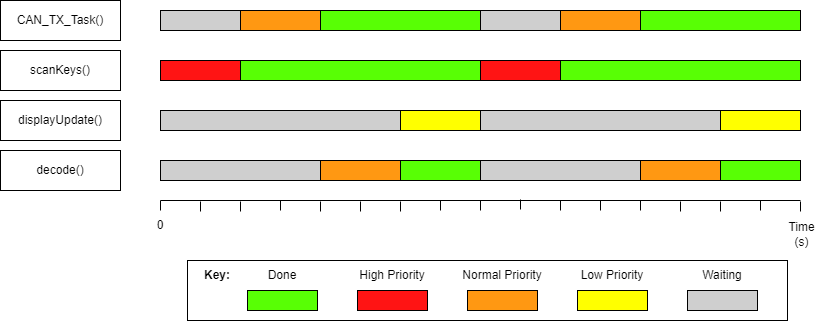
Before: doc/resources/timing.png, a diagram exported from draw.io (mp619/MartinMusic). Source tidied: cells renumbered, new cells last; positions are measured from the earlier drawing's top-left corner, leaving out a move shared by most shapes.
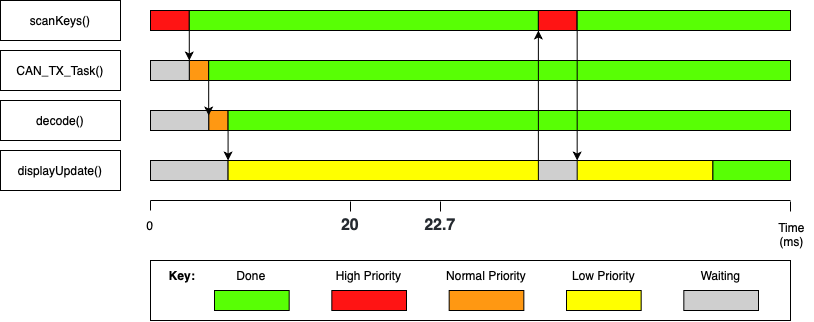
The same diagram one commit later.

Commit message:
New timing graph

What changed in the source:
```diff
@@ -3,238 +3,172 @@
     <mxCell id="0" />
     <mxCell id="1" parent="0" />
     <mxCell id="2" value="CAN_TX_Task()" style="rounded=0;whiteSpace=wrap;html=1;" parent="1" vertex="1">
-      <mxGeometry width="120" height="40" as="geometry" />
+      <mxGeometry x="10" y="50" width="120" height="40" as="geometry" />
     </mxCell>
     <mxCell id="3" value="scanKeys()" style="rounded=0;whiteSpace=wrap;html=1;" parent="1" vertex="1">
-      <mxGeometry y="50" width="120" height="40" as="geometry" />
+      <mxGeometry x="10" width="120" height="40" as="geometry" />
     </mxCell>
     <mxCell id="4" value="displayUpdate()" style="rounded=0;whiteSpace=wrap;html=1;" parent="1" vertex="1">
-      <mxGeometry y="100" width="120" height="40" as="geometry" />
+      <mxGeometry x="10" y="150" width="120" height="40" as="geometry" />
     </mxCell>
     <mxCell id="5" value="decode()" style="rounded=0;whiteSpace=wrap;html=1;" parent="1" vertex="1">
-      <mxGeometry y="150" width="120" height="40" as="geometry" />
+      <mxGeometry x="10" y="100" width="120" height="40" as="geometry" />
     </mxCell>
+    <mxCell id="20" style="endArrow=none;html=1;rounded=0;" parent="1" edge="1">
+      <mxGeometry relative="1" as="geometry">
+        <mxPoint x="160" y="200" as="sourcePoint" />
+        <mxPoint x="800" y="200" as="targetPoint" />
+      </mxGeometry>
+    </mxCell>
+    <mxCell id="21" style="endArrow=none;html=1;rounded=0;" parent="1" edge="1">
+      <mxGeometry relative="1" as="geometry">
+        <mxPoint x="160" y="200" as="sourcePoint" />
+        <mxPoint x="160" y="210" as="targetPoint" />
+      </mxGeometry>
+    </mxCell>
+    <mxCell id="27" style="endArrow=none;html=1;rounded=0;" parent="1" edge="1">
+      <mxGeometry relative="1" as="geometry">
+        <mxPoint x="360" y="201" as="sourcePoint" />
+        <mxPoint x="360" y="211" as="targetPoint" />
+      </mxGeometry>
+    </mxCell>
+    <mxCell id="37" value="0" style="text;html=1;strokeColor=none;fillColor=none;align=center;verticalAlign=middle;whiteSpace=wrap;rounded=0;" parent="1" vertex="1">
+      <mxGeometry x="130" y="210" width="60" height="30" as="geometry" />
+    </mxCell>
+    <mxCell id="38" value="Time&lt;br&gt;(ms)" style="text;html=1;strokeColor=none;fillColor=none;align=center;verticalAlign=middle;whiteSpace=wrap;rounded=0;" parent="1" vertex="1">
+      <mxGeometry x="780" y="219" width="43" height="30" as="geometry" />
+    </mxCell>
+    <mxCell id="61" style="endArrow=none;html=1;rounded=0;" parent="1" edge="1">
+      <mxGeometry relative="1" as="geometry">
+        <mxPoint x="800" y="201" as="sourcePoint" />
+        <mxPoint x="800" y="211" as="targetPoint" />
+      </mxGeometry>
+    </mxCell>
+    <mxCell id="62" value="&lt;font color=&quot;#24292f&quot; size=&quot;3&quot;&gt;&lt;span style=&quot;font-weight: 600 ; background-color: rgb(255 , 255 , 255)&quot;&gt;20&lt;/span&gt;&lt;/font&gt;" style="text;html=1;strokeColor=none;fillColor=none;align=center;verticalAlign=middle;whiteSpace=wrap;rounded=0;" parent="1" vertex="1">
+      <mxGeometry x="330" y="210" width="60" height="30" as="geometry" />
+    </mxCell>
+    <mxCell id="63" style="endArrow=none;html=1;rounded=0;" parent="1" edge="1">
+      <mxGeometry relative="1" as="geometry">
+        <mxPoint x="450" y="201" as="sourcePoint" />
+        <mxPoint x="450" y="211" as="targetPoint" />
+      </mxGeometry>
+    </mxCell>
+    <mxCell id="64" value="&lt;font color=&quot;#24292f&quot; size=&quot;3&quot;&gt;&lt;span style=&quot;font-weight: 600 ; background-color: rgb(255 , 255 , 255)&quot;&gt;22.7&lt;/span&gt;&lt;/font&gt;" style="text;html=1;strokeColor=none;fillColor=none;align=center;verticalAlign=middle;whiteSpace=wrap;rounded=0;" parent="1" vertex="1">
+      <mxGeometry x="420" y="210" width="60" height="30" as="geometry" />
+    </mxCell>
+    <mxCell id="65" style="group;" parent="1" vertex="1">
+      <mxGeometry x="160" y="10" width="640" height="170" as="geometry" />
+    </mxCell>
-    <mxCell id="6" style="rounded=0;whiteSpace=wrap;html=1;" parent="1" vertex="1">
-      <mxGeometry x="160" y="160" width="600" height="20" as="geometry" />
+    <mxCell id="6" style="rounded=0;whiteSpace=wrap;html=1;" parent="65" vertex="1">
+      <mxGeometry y="50" width="640" height="20" as="geometry" />
     </mxCell>
-    <mxCell id="7" style="rounded=0;whiteSpace=wrap;html=1;" parent="1" vertex="1">
-      <mxGeometry x="160" y="60" width="600" height="20" as="geometry" />
+    <mxCell id="7" style="rounded=0;whiteSpace=wrap;html=1;" parent="65" vertex="1">
+      <mxGeometry width="640" height="20" as="geometry" />
     </mxCell>
-    <mxCell id="8" style="rounded=0;whiteSpace=wrap;html=1;" parent="1" vertex="1">
-      <mxGeometry x="160" y="110" width="600" height="20" as="geometry" />
+    <mxCell id="8" style="rounded=0;whiteSpace=wrap;html=1;" parent="65" vertex="1">
+      <mxGeometry y="150" width="640" height="20" as="geometry" />
     </mxCell>
-    <mxCell id="9" style="rounded=0;whiteSpace=wrap;html=1;" parent="1" vertex="1">
-      <mxGeometry x="160" y="10" width="600" height="20" as="geometry" />
+    <mxCell id="9" style="rounded=0;whiteSpace=wrap;html=1;" parent="65" vertex="1">
+      <mxGeometry y="100" width="640" height="20" as="geometry" />
     </mxCell>
+    <mxCell id="39" style="rounded=0;whiteSpace=wrap;html=1;fillColor=#FF1414;" parent="65" vertex="1">
+      <mxGeometry width="38.8" height="20" as="geometry" />
+    </mxCell>
+    <mxCell id="40" style="rounded=0;whiteSpace=wrap;html=1;fillColor=#FF9812;" parent="65" vertex="1">
+      <mxGeometry x="38.8" y="50" width="19.4" height="20" as="geometry" />
+    </mxCell>
+    <mxCell id="41" style="rounded=0;whiteSpace=wrap;html=1;fillColor=#FF9812;" parent="65" vertex="1">
+      <mxGeometry x="58.2" y="100" width="19.4" height="20" as="geometry" />
+    </mxCell>
+    <mxCell id="42" style="rounded=0;whiteSpace=wrap;html=1;fillColor=#CFCFCF;" parent="65" vertex="1">
+      <mxGeometry y="150" width="77.6" height="20" as="geometry" />
+    </mxCell>
+    <mxCell id="43" style="rounded=0;whiteSpace=wrap;html=1;fillColor=#CFCFCF;" parent="65" vertex="1">
+      <mxGeometry y="100" width="58.2" height="20" as="geometry" />
+    </mxCell>
+    <mxCell id="46" style="rounded=0;whiteSpace=wrap;html=1;fillColor=#58FF05;" parent="65" vertex="1">
+      <mxGeometry x="38.8" width="349.1" height="20" as="geometry" />
+    </mxCell>
+    <mxCell id="47" style="rounded=0;whiteSpace=wrap;html=1;fillColor=#FFFF00;" parent="65" vertex="1">
+      <mxGeometry x="77.6" y="150" width="484.8" height="20" as="geometry" />
+    </mxCell>
+    <mxCell id="48" style="rounded=0;whiteSpace=wrap;html=1;fillColor=#CFCFCF;" parent="65" vertex="1">
+      <mxGeometry y="50" width="38.8" height="20" as="geometry" />
+    </mxCell>
+    <mxCell id="66" style="edgeStyle=orthogonalEdgeStyle;rounded=0;jettySize=auto;html=1;exitX=1;exitY=1;exitDx=0;exitDy=0;entryX=1;entryY=0;entryDx=0;entryDy=0;" parent="65" edge="1" source="39" target="48">
+      <mxGeometry relative="1" as="geometry" />
+    </mxCell>
+    <mxCell id="67" style="edgeStyle=orthogonalEdgeStyle;rounded=0;jettySize=auto;html=1;exitX=0;exitY=1;exitDx=0;exitDy=0;entryX=1;entryY=0;entryDx=0;entryDy=0;" parent="65" edge="1" source="49" target="42">
+      <mxGeometry relative="1" as="geometry" />
+    </mxCell>
+    <mxCell id="49" style="rounded=0;whiteSpace=wrap;html=1;fillColor=#58FF05;" parent="65" vertex="1">
+      <mxGeometry x="77.6" y="100" width="562.4" height="20" as="geometry" />
+    </mxCell>
+    <mxCell id="68" style="rounded=0;whiteSpace=wrap;html=1;fillColor=#FF1414;" parent="65" vertex="1">
+      <mxGeometry x="387.9" width="38.8" height="20" as="geometry" />
+    </mxCell>
+    <mxCell id="69" style="rounded=0;whiteSpace=wrap;html=1;fillColor=#58FF05;" parent="65" vertex="1">
+      <mxGeometry x="426.7" width="135.8" height="20" as="geometry" />
+    </mxCell>
+    <mxCell id="70" style="edgeStyle=orthogonalEdgeStyle;rounded=0;jettySize=auto;html=1;exitX=0;exitY=1;exitDx=0;exitDy=0;entryX=0;entryY=0.25;entryDx=0;entryDy=0;" parent="65" edge="1" source="71" target="41">
+      <mxGeometry relative="1" as="geometry" />
+    </mxCell>
+    <mxCell id="71" style="rounded=0;whiteSpace=wrap;html=1;fillColor=#58FF05;" parent="65" vertex="1">
+      <mxGeometry x="58.2" y="50" width="581.8" height="20" as="geometry" />
+    </mxCell>
+    <mxCell id="72" style="edgeStyle=orthogonalEdgeStyle;rounded=0;jettySize=auto;html=1;exitX=0;exitY=0;exitDx=0;exitDy=0;entryX=1;entryY=1;entryDx=0;entryDy=0;" parent="65" edge="1" source="73" target="46">
+      <mxGeometry relative="1" as="geometry" />
+    </mxCell>
+    <mxCell id="73" style="rounded=0;whiteSpace=wrap;html=1;fillColor=#CFCFCF;" parent="65" vertex="1">
+      <mxGeometry x="387.9" y="150" width="38.8" height="20" as="geometry" />
+    </mxCell>
+    <mxCell id="74" style="rounded=0;whiteSpace=wrap;html=1;fillColor=#58FF05;" parent="65" vertex="1">
+      <mxGeometry x="562.4" y="150" width="77.6" height="20" as="geometry" />
+    </mxCell>
+    <mxCell id="75" style="edgeStyle=orthogonalEdgeStyle;rounded=0;jettySize=auto;html=1;exitX=0;exitY=1;exitDx=0;exitDy=0;entryX=1;entryY=0;entryDx=0;entryDy=0;" parent="65" edge="1" source="69" target="73">
+      <mxGeometry relative="1" as="geometry" />
+    </mxCell>
+    <mxCell id="76" style="rounded=0;whiteSpace=wrap;html=1;fillColor=#58FF05;" parent="65" vertex="1">
+      <mxGeometry x="426.7" width="213.3" height="20" as="geometry" />
+    </mxCell>
+    <mxCell id="77" style="group;" parent="1" vertex="1">
+      <mxGeometry x="160" y="260" width="640" height="60" as="geometry" />
+    </mxCell>
-    <mxCell id="10" style="rounded=0;whiteSpace=wrap;html=1;" parent="1" vertex="1">
-      <mxGeometry x="187" y="260" width="600" height="60" as="geometry" />
+    <mxCell id="10" style="rounded=0;whiteSpace=wrap;html=1;" parent="77" vertex="1">
+      <mxGeometry width="640" height="60" as="geometry" />
     </mxCell>
-    <mxCell id="11" value="&lt;b&gt;Key:&lt;/b&gt;" style="text;html=1;strokeColor=none;fillColor=none;align=center;verticalAlign=middle;whiteSpace=wrap;rounded=0;" parent="1" vertex="1">
-      <mxGeometry x="187" y="260" width="60" height="30" as="geometry" />
+    <mxCell id="11" value="&lt;b&gt;Key:&lt;/b&gt;" style="text;html=1;strokeColor=none;fillColor=none;align=center;verticalAlign=middle;whiteSpace=wrap;rounded=0;" parent="77" vertex="1">
+      <mxGeometry width="64" height="30" as="geometry" />
     </mxCell>
-    <mxCell id="12" style="rounded=0;whiteSpace=wrap;html=1;fillColor=#58FF05;" parent="1" vertex="1">
-      <mxGeometry x="247" y="290" width="70" height="20" as="geometry" />
+    <mxCell id="12" style="rounded=0;whiteSpace=wrap;html=1;fillColor=#58FF05;" parent="77" vertex="1">
+      <mxGeometry x="64" y="30" width="74.7" height="20" as="geometry" />
     </mxCell>
-    <mxCell id="13" style="rounded=0;whiteSpace=wrap;html=1;fillColor=#FF1414;" parent="1" vertex="1">
-      <mxGeometry x="357" y="290" width="70" height="20" as="geometry" />
+    <mxCell id="13" style="rounded=0;whiteSpace=wrap;html=1;fillColor=#FF1414;" parent="77" vertex="1">
+      <mxGeometry x="181.3" y="30" width="74.7" height="20" as="geometry" />
     </mxCell>
-    <mxCell id="14" style="rounded=0;whiteSpace=wrap;html=1;fillColor=#FF9812;" parent="1" vertex="1">
-      <mxGeometry x="467" y="290" width="70" height="20" as="geometry" />
+    <mxCell id="14" style="rounded=0;whiteSpace=wrap;html=1;fillColor=#FF9812;" parent="77" vertex="1">
+      <mxGeometry x="298.7" y="30" width="74.7" height="20" as="geometry" />
     </mxCell>
-    <mxCell id="15" style="rounded=0;whiteSpace=wrap;html=1;fillColor=#FFFF00;" parent="1" vertex="1">
-      <mxGeometry x="577" y="290" width="70" height="20" as="geometry" />
+    <mxCell id="15" style="rounded=0;whiteSpace=wrap;html=1;fillColor=#FFFF00;" parent="77" vertex="1">
+      <mxGeometry x="416" y="30" width="74.7" height="20" as="geometry" />
     </mxCell>
-    <mxCell id="16" value="Done" style="text;html=1;strokeColor=none;fillColor=none;align=center;verticalAlign=middle;whiteSpace=wrap;rounded=0;" parent="1" vertex="1">
-      <mxGeometry x="252" y="260" width="60" height="30" as="geometry" />
+    <mxCell id="16" value="Done" style="text;html=1;strokeColor=none;fillColor=none;align=center;verticalAlign=middle;whiteSpace=wrap;rounded=0;" parent="77" vertex="1">
+      <mxGeometry x="69.3" width="64" height="30" as="geometry" />
     </mxCell>
-    <mxCell id="17" value="High Priority" style="text;html=1;strokeColor=none;fillColor=none;align=center;verticalAlign=middle;whiteSpace=wrap;rounded=0;" parent="1" vertex="1">
-      <mxGeometry x="357" y="260" width="70" height="30" as="geometry" />
+    <mxCell id="17" value="High Priority" style="text;html=1;strokeColor=none;fillColor=none;align=center;verticalAlign=middle;whiteSpace=wrap;rounded=0;" parent="77" vertex="1">
+      <mxGeometry x="181.3" width="74.7" height="30" as="geometry" />
     </mxCell>
-    <mxCell id="18" value="Normal Priority" style="text;html=1;strokeColor=none;fillColor=none;align=center;verticalAlign=middle;whiteSpace=wrap;rounded=0;" parent="1" vertex="1">
-      <mxGeometry x="457" y="260" width="90" height="30" as="geometry" />
+    <mxCell id="18" value="Normal Priority" style="text;html=1;strokeColor=none;fillColor=none;align=center;verticalAlign=middle;whiteSpace=wrap;rounded=0;" parent="77" vertex="1">
+      <mxGeometry x="288" width="96" height="30" as="geometry" />
     </mxCell>
-    <mxCell id="19" value="Low Priority" style="text;html=1;strokeColor=none;fillColor=none;align=center;verticalAlign=middle;whiteSpace=wrap;rounded=0;" parent="1" vertex="1">
-      <mxGeometry x="577" y="260" width="70" height="30" as="geometry" />
+    <mxCell id="19" value="Low Priority" style="text;html=1;strokeColor=none;fillColor=none;align=center;verticalAlign=middle;whiteSpace=wrap;rounded=0;" parent="77" vertex="1">
+      <mxGeometry x="416" width="74.7" height="30" as="geometry" />
     </mxCell>
-    <mxCell id="20" style="endArrow=none;html=1;rounded=0;" parent="1" edge="1">
-      <mxGeometry relative="1" as="geometry">
-        <mxPoint x="160" y="200" as="sourcePoint" />
-        <mxPoint x="800" y="200" as="targetPoint" />
-      </mxGeometry>
-    </mxCell>
-    <mxCell id="21" style="endArrow=none;html=1;rounded=0;" parent="1" edge="1">
-      <mxGeometry relative="1" as="geometry">
-        <mxPoint x="160" y="200" as="sourcePoint" />
-        <mxPoint x="160" y="210" as="targetPoint" />
-      </mxGeometry>
-    </mxCell>
-    <mxCell id="22" style="endArrow=none;html=1;rounded=0;" parent="1" edge="1">
-      <mxGeometry relative="1" as="geometry">
-        <mxPoint x="760" y="200" as="sourcePoint" />
-        <mxPoint x="760" y="210" as="targetPoint" />
-      </mxGeometry>
-    </mxCell>
-    <mxCell id="23" style="endArrow=none;html=1;rounded=0;" parent="1" edge="1">
-      <mxGeometry relative="1" as="geometry">
-        <mxPoint x="200" y="201" as="sourcePoint" />
-        <mxPoint x="200" y="211" as="targetPoint" />
-      </mxGeometry>
-    </mxCell>
-    <mxCell id="24" style="endArrow=none;html=1;rounded=0;" parent="1" edge="1">
-      <mxGeometry relative="1" as="geometry">
-        <mxPoint x="240" y="201" as="sourcePoint" />
-        <mxPoint x="240" y="211" as="targetPoint" />
-      </mxGeometry>
-    </mxCell>
-    <mxCell id="25" style="endArrow=none;html=1;rounded=0;" parent="1" edge="1">
-      <mxGeometry relative="1" as="geometry">
-        <mxPoint x="280" y="200" as="sourcePoint" />
-        <mxPoint x="280" y="210" as="targetPoint" />
-      </mxGeometry>
-    </mxCell>
-    <mxCell id="26" style="endArrow=none;html=1;rounded=0;" parent="1" edge="1">
-      <mxGeometry relative="1" as="geometry">
-        <mxPoint x="320" y="201" as="sourcePoint" />
-        <mxPoint x="320" y="211" as="targetPoint" />
-      </mxGeometry>
-    </mxCell>
-    <mxCell id="27" style="endArrow=none;html=1;rounded=0;" parent="1" edge="1">
-      <mxGeometry relative="1" as="geometry">
-        <mxPoint x="360" y="201" as="sourcePoint" />
-        <mxPoint x="360" y="211" as="targetPoint" />
-      </mxGeometry>
-    </mxCell>
-    <mxCell id="28" style="endArrow=none;html=1;rounded=0;" parent="1" edge="1">
-      <mxGeometry relative="1" as="geometry">
-        <mxPoint x="400" y="201" as="sourcePoint" />
-        <mxPoint x="400" y="211" as="targetPoint" />
-      </mxGeometry>
-    </mxCell>
-    <mxCell id="29" style="endArrow=none;html=1;rounded=0;" parent="1" edge="1">
-      <mxGeometry relative="1" as="geometry">
-        <mxPoint x="440" y="200" as="sourcePoint" />
-        <mxPoint x="440" y="210" as="targetPoint" />
-      </mxGeometry>
-    </mxCell>
-    <mxCell id="30" style="endArrow=none;html=1;rounded=0;" parent="1" edge="1">
-      <mxGeometry relative="1" as="geometry">
-        <mxPoint x="480" y="200" as="sourcePoint" />
-        <mxPoint x="480" y="210" as="targetPoint" />
-      </mxGeometry>
-    </mxCell>
-    <mxCell id="31" style="endArrow=none;html=1;rounded=0;" parent="1" edge="1">
-      <mxGeometry relative="1" as="geometry">
-        <mxPoint x="520" y="199" as="sourcePoint" />
-        <mxPoint x="520" y="209" as="targetPoint" />
-      </mxGeometry>
-    </mxCell>
-    <mxCell id="32" style="endArrow=none;html=1;rounded=0;" parent="1" edge="1">
-      <mxGeometry relative="1" as="geometry">
-        <mxPoint x="560" y="200" as="sourcePoint" />
-        <mxPoint x="560" y="210" as="targetPoint" />
-      </mxGeometry>
-    </mxCell>
-    <mxCell id="33" style="endArrow=none;html=1;rounded=0;" parent="1" edge="1">
-      <mxGeometry relative="1" as="geometry">
-        <mxPoint x="600" y="200" as="sourcePoint" />
-        <mxPoint x="600" y="210" as="targetPoint" />
-      </mxGeometry>
-    </mxCell>
-    <mxCell id="34" style="endArrow=none;html=1;rounded=0;" parent="1" edge="1">
-      <mxGeometry relative="1" as="geometry">
-        <mxPoint x="640" y="200" as="sourcePoint" />
-        <mxPoint x="640" y="210" as="targetPoint" />
-      </mxGeometry>
-    </mxCell>
-    <mxCell id="35" style="endArrow=none;html=1;rounded=0;" parent="1" edge="1">
-      <mxGeometry relative="1" as="geometry">
-        <mxPoint x="680" y="201" as="sourcePoint" />
-        <mxPoint x="680" y="211" as="targetPoint" />
-      </mxGeometry>
-    </mxCell>
-    <mxCell id="36" style="endArrow=none;html=1;rounded=0;" parent="1" edge="1">
-      <mxGeometry relative="1" as="geometry">
-        <mxPoint x="720" y="201" as="sourcePoint" />
-        <mxPoint x="720" y="211" as="targetPoint" />
-      </mxGeometry>
-    </mxCell>
-    <mxCell id="37" value="0" style="text;html=1;strokeColor=none;fillColor=none;align=center;verticalAlign=middle;whiteSpace=wrap;rounded=0;" parent="1" vertex="1">
-      <mxGeometry x="130" y="210" width="60" height="30" as="geometry" />
-    </mxCell>
-    <mxCell id="38" value="Time&lt;br&gt;(s)" style="text;html=1;strokeColor=none;fillColor=none;align=center;verticalAlign=middle;whiteSpace=wrap;rounded=0;" parent="1" vertex="1">
-      <mxGeometry x="780" y="219" width="43" height="30" as="geometry" />
-    </mxCell>
-    <mxCell id="39" style="rounded=0;whiteSpace=wrap;html=1;fillColor=#FF1414;" parent="1" vertex="1">
-      <mxGeometry x="160" y="60" width="80" height="20" as="geometry" />
-    </mxCell>
-    <mxCell id="40" style="rounded=0;whiteSpace=wrap;html=1;fillColor=#FF9812;" parent="1" vertex="1">
-      <mxGeometry x="320" y="160" width="80" height="20" as="geometry" />
-    </mxCell>
-    <mxCell id="41" style="rounded=0;whiteSpace=wrap;html=1;fillColor=#FF9812;" parent="1" vertex="1">
-      <mxGeometry x="240" y="10" width="80" height="20" as="geometry" />
-    </mxCell>
-    <mxCell id="42" style="rounded=0;whiteSpace=wrap;html=1;fillColor=#CFCFCF;" parent="1" vertex="1">
-      <mxGeometry x="160" y="110" width="240" height="20" as="geometry" />
-    </mxCell>
-    <mxCell id="43" style="rounded=0;whiteSpace=wrap;html=1;fillColor=#CFCFCF;" parent="1" vertex="1">
-      <mxGeometry x="160" y="10" width="80" height="20" as="geometry" />
-    </mxCell>
-    <mxCell id="44" style="rounded=0;whiteSpace=wrap;html=1;fillColor=#CFCFCF;" parent="1" vertex="1">
-      <mxGeometry x="687" y="290" width="70" height="20" as="geometry" />
+    <mxCell id="44" style="rounded=0;whiteSpace=wrap;html=1;fillColor=#CFCFCF;" parent="77" vertex="1">
+      <mxGeometry x="533.3" y="30" width="74.7" height="20" as="geometry" />
     </mxCell>
-    <mxCell id="45" value="Waiting" style="text;html=1;strokeColor=none;fillColor=none;align=center;verticalAlign=middle;whiteSpace=wrap;rounded=0;" parent="1" vertex="1">
-      <mxGeometry x="687" y="260" width="70" height="30" as="geometry" />
+    <mxCell id="45" value="Waiting" style="text;html=1;strokeColor=none;fillColor=none;align=center;verticalAlign=middle;whiteSpace=wrap;rounded=0;" parent="77" vertex="1">
+      <mxGeometry x="533.3" width="74.7" height="30" as="geometry" />
     </mxCell>
-    <mxCell id="46" style="rounded=0;whiteSpace=wrap;html=1;fillColor=#58FF05;" parent="1" vertex="1">
-      <mxGeometry x="240" y="60" width="240" height="20" as="geometry" />
-    </mxCell>
-    <mxCell id="47" style="rounded=0;whiteSpace=wrap;html=1;fillColor=#FFFF00;" parent="1" vertex="1">
-      <mxGeometry x="400" y="110" width="80" height="20" as="geometry" />
-    </mxCell>
-    <mxCell id="48" style="rounded=0;whiteSpace=wrap;html=1;fillColor=#CFCFCF;" parent="1" vertex="1">
-      <mxGeometry x="160" y="160" width="160" height="20" as="geometry" />
-    </mxCell>
-    <mxCell id="49" style="rounded=0;whiteSpace=wrap;html=1;fillColor=#58FF05;" parent="1" vertex="1">
-      <mxGeometry x="320" y="10" width="160" height="20" as="geometry" />
-    </mxCell>
-    <mxCell id="50" style="rounded=0;whiteSpace=wrap;html=1;fillColor=#58FF05;" parent="1" vertex="1">
-      <mxGeometry x="400" y="160" width="80" height="20" as="geometry" />
-    </mxCell>
-    <mxCell id="51" style="rounded=0;whiteSpace=wrap;html=1;fillColor=#FF1414;" parent="1" vertex="1">
-      <mxGeometry x="480" y="60" width="80" height="20" as="geometry" />
-    </mxCell>
-    <mxCell id="52" style="rounded=0;whiteSpace=wrap;html=1;fillColor=#FF9812;" parent="1" vertex="1">
-      <mxGeometry x="640" y="160" width="80" height="20" as="geometry" />
-    </mxCell>
-    <mxCell id="53" style="rounded=0;whiteSpace=wrap;html=1;fillColor=#FF9812;" parent="1" vertex="1">
-      <mxGeometry x="560" y="10" width="80" height="20" as="geometry" />
-    </mxCell>
-    <mxCell id="54" style="rounded=0;whiteSpace=wrap;html=1;fillColor=#CFCFCF;" parent="1" vertex="1">
-      <mxGeometry x="480" y="110" width="240" height="20" as="geometry" />
-    </mxCell>
-    <mxCell id="55" style="rounded=0;whiteSpace=wrap;html=1;fillColor=#CFCFCF;" parent="1" vertex="1">
-      <mxGeometry x="480" y="10" width="80" height="20" as="geometry" />
-    </mxCell>
-    <mxCell id="56" style="rounded=0;whiteSpace=wrap;html=1;fillColor=#58FF05;" parent="1" vertex="1">
-      <mxGeometry x="560" y="60" width="240" height="20" as="geometry" />
-    </mxCell>
-    <mxCell id="57" style="rounded=0;whiteSpace=wrap;html=1;fillColor=#FFFF00;" parent="1" vertex="1">
-      <mxGeometry x="720" y="110" width="80" height="20" as="geometry" />
-    </mxCell>
-    <mxCell id="58" style="rounded=0;whiteSpace=wrap;html=1;fillColor=#CFCFCF;" parent="1" vertex="1">
-      <mxGeometry x="480" y="160" width="160" height="20" as="geometry" />
-    </mxCell>
-    <mxCell id="59" style="rounded=0;whiteSpace=wrap;html=1;fillColor=#58FF05;" parent="1" vertex="1">
-      <mxGeometry x="640" y="10" width="160" height="20" as="geometry" />
-    </mxCell>
-    <mxCell id="60" style="rounded=0;whiteSpace=wrap;html=1;fillColor=#58FF05;" parent="1" vertex="1">
-      <mxGeometry x="720" y="160" width="80" height="20" as="geometry" />
-    </mxCell>
-    <mxCell id="61" style="endArrow=none;html=1;rounded=0;" parent="1" edge="1">
-      <mxGeometry relative="1" as="geometry">
-        <mxPoint x="800" y="201" as="sourcePoint" />
-        <mxPoint x="800" y="211" as="targetPoint" />
-      </mxGeometry>
-    </mxCell>
   </root>
 </mxGraphModel>
```
